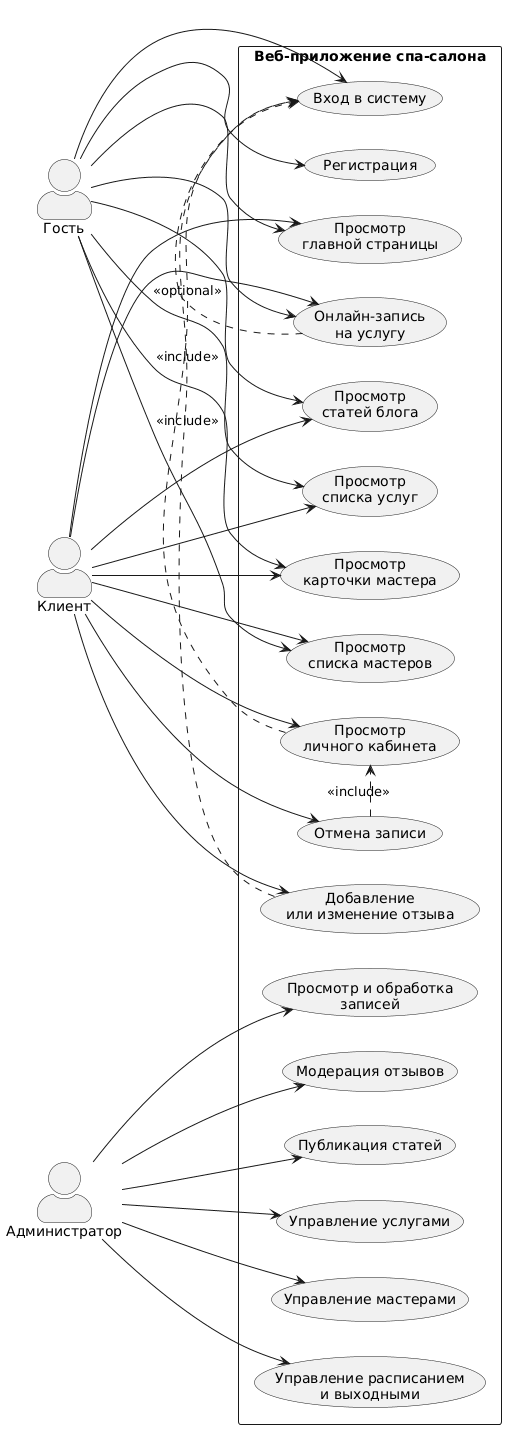
The PlantUML diagram docs/plantuml/Диаграмма вариантов использования веб-приложения спа-салона.png in ZentifyID/spa-salon, before a commit. Source of this version:
```plantuml
@startuml
left to right direction
skinparam packageStyle rectangle
skinparam actorStyle awesome

actor "Гость" as Guest
actor "Клиент" as Client
actor "Администратор" as Admin

rectangle "Веб-приложение спа-салона" {
  usecase "Просмотр\nглавной страницы" as UC_Home
  usecase "Просмотр\nсписка услуг" as UC_Services
  usecase "Просмотр\nсписка мастеров" as UC_Masters
  usecase "Просмотр\nкарточки мастера" as UC_MasterCard
  usecase "Просмотр\nстатей блога" as UC_Blog
  usecase "Онлайн-запись\nна услугу" as UC_Book
  usecase "Регистрация" as UC_SignUp
  usecase "Вход в систему" as UC_Login
  usecase "Просмотр\nличного кабинета" as UC_Profile
  usecase "Отмена записи" as UC_Cancel
  usecase "Добавление\nили изменение отзыва" as UC_Review

  usecase "Управление услугами" as UC_AdminServices
  usecase "Управление мастерами" as UC_AdminMasters
  usecase "Управление расписанием\nи выходными" as UC_AdminSchedule
  usecase "Просмотр и обработка\nзаписей" as UC_AdminAppointments
  usecase "Модерация отзывов" as UC_AdminReviews
  usecase "Публикация статей" as UC_AdminBlog
}

Guest --> UC_Home
Guest --> UC_Services
Guest --> UC_Masters
Guest --> UC_MasterCard
Guest --> UC_Blog
Guest --> UC_Book
Guest --> UC_SignUp
Guest --> UC_Login

Client --> UC_Home
Client --> UC_Services
Client --> UC_Masters
Client --> UC_MasterCard
Client --> UC_Blog
Client --> UC_Book
Client --> UC_Profile
Client --> UC_Cancel
Client --> UC_Review

Admin --> UC_AdminServices
Admin --> UC_AdminMasters
Admin --> UC_AdminSchedule
Admin --> UC_AdminAppointments
Admin --> UC_AdminReviews
Admin --> UC_AdminBlog

UC_Book .> UC_Login : <<optional>>
UC_Profile .> UC_Login : <<include>>
UC_Cancel .> UC_Profile : <<include>>
UC_Review .> UC_Login : <<include>>
@enduml
```
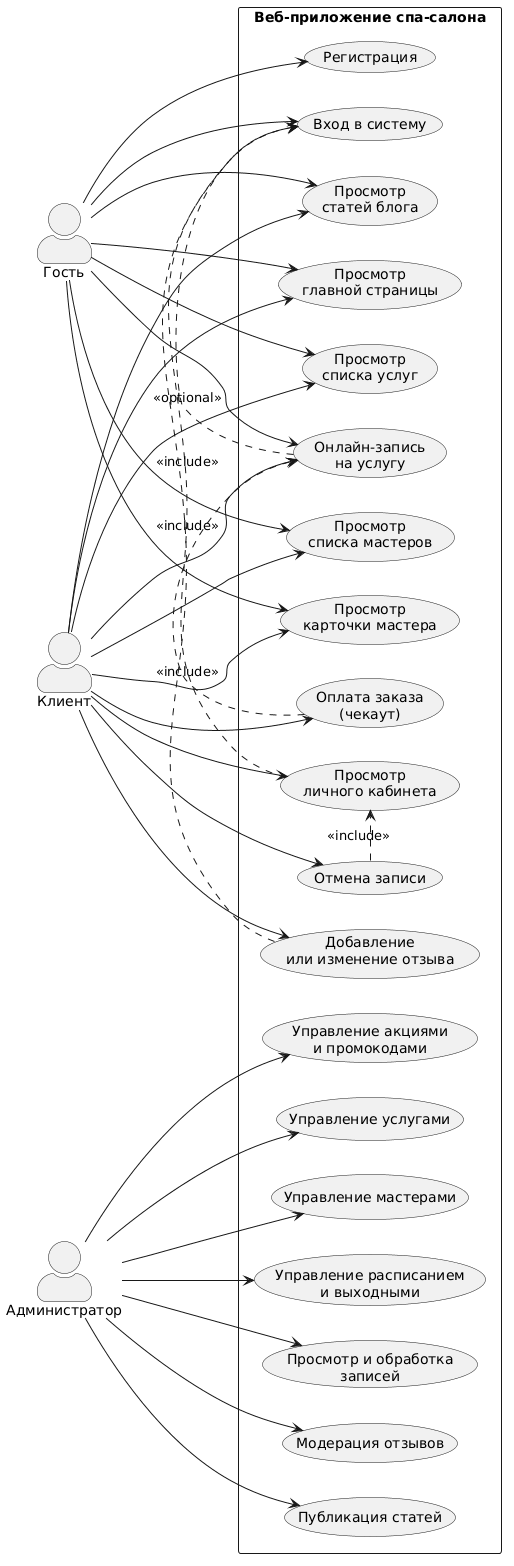
Later version of the same file.

Diff of the diagram source:
```diff
@@ -14,6 +14,7 @@
   usecase "Просмотр\nкарточки мастера" as UC_MasterCard
   usecase "Просмотр\nстатей блога" as UC_Blog
   usecase "Онлайн-запись\nна услугу" as UC_Book
+  usecase "Оплата заказа\n(чекаут)" as UC_Pay
   usecase "Регистрация" as UC_SignUp
   usecase "Вход в систему" as UC_Login
   usecase "Просмотр\nличного кабинета" as UC_Profile
@@ -26,6 +27,7 @@
   usecase "Просмотр и обработка\nзаписей" as UC_AdminAppointments
   usecase "Модерация отзывов" as UC_AdminReviews
   usecase "Публикация статей" as UC_AdminBlog
+  usecase "Управление акциями\nи промокодами" as UC_AdminPromo
 }
 
 Guest --> UC_Home
@@ -43,6 +45,7 @@
 Client --> UC_MasterCard
 Client --> UC_Blog
 Client --> UC_Book
+Client --> UC_Pay
 Client --> UC_Profile
 Client --> UC_Cancel
 Client --> UC_Review
@@ -53,8 +56,10 @@
 Admin --> UC_AdminAppointments
 Admin --> UC_AdminReviews
 Admin --> UC_AdminBlog
+Admin --> UC_AdminPromo
 
 UC_Book .> UC_Login : <<optional>>
+UC_Pay .> UC_Book : <<include>>
 UC_Profile .> UC_Login : <<include>>
 UC_Cancel .> UC_Profile : <<include>>
 UC_Review .> UC_Login : <<include>>
```
